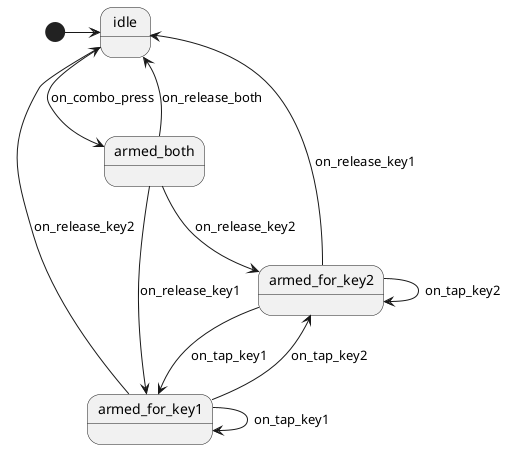
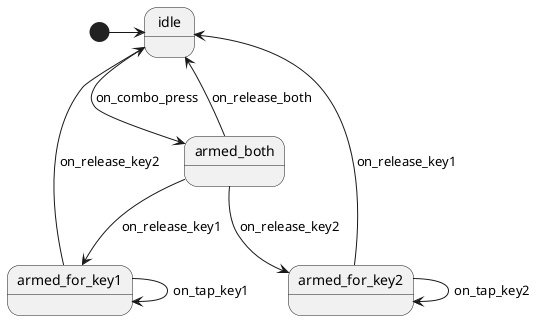
@startuml StickyCombo
state idle
state armed_both
state armed_for_key1
state armed_for_key2

[*] -> idle

idle --> armed_both : on_combo_press
armed_both --> armed_for_key1 : on_release_key1
armed_both --> armed_for_key2 : on_release_key2
armed_both --> idle : on_release_both

armed_for_key1 --> armed_for_key1 : on_tap_key1
- armed_for_key1 --> armed_for_key2 : on_tap_key2
armed_for_key1 --> idle : on_release_key2

armed_for_key2 --> armed_for_key2 : on_tap_key2
- armed_for_key2 --> armed_for_key1 : on_tap_key1
armed_for_key2 --> idle : on_release_key1

/'! $CONFIG : toml
SmRunnerSettings.transpilerId = "C99"
'/
@enduml
